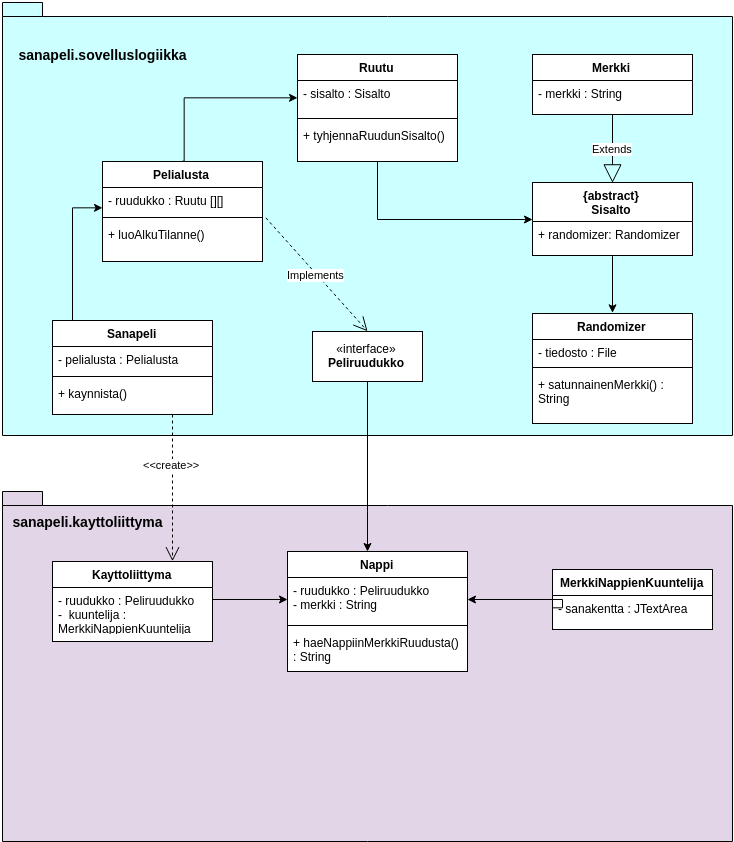
This is dokumentaatio/Luokkakaavio.png from BikkuMyy/Sanaruutu, a draw.io export, as it was before one commit. Source tidied: cells renumbered, new cells last; positions are measured from the earlier drawing's top-left corner, leaving out a move shared by most shapes.
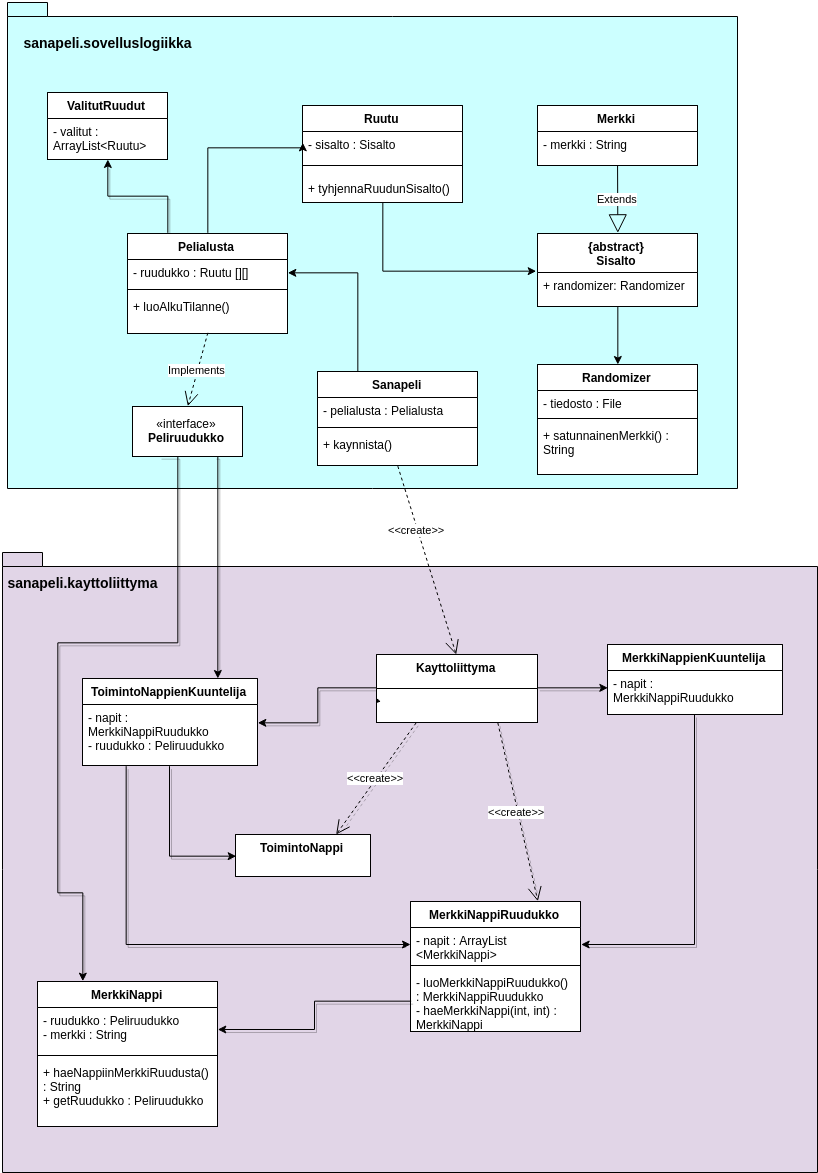
After the change.

Diff of the diagram source:
```diff
@@ -3,13 +3,16 @@
     <mxCell id="0" />
     <mxCell id="1" parent="0" />
     <mxCell id="2" style="shape=folder;fontStyle=1;spacingTop=10;tabWidth=40;tabHeight=14;tabPosition=left;html=1;fillColor=#E1D5E7;" parent="1" vertex="1">
-      <mxGeometry y="489" width="730" height="350" as="geometry" />
+      <mxGeometry x="-5" y="499" width="815" height="620" as="geometry" />
     </mxCell>
     <mxCell id="3" style="shape=folder;fontStyle=1;spacingTop=10;tabWidth=40;tabHeight=14;tabPosition=left;html=1;fillColor=#CCFFFF;" parent="1" vertex="1">
-      <mxGeometry width="730" height="433" as="geometry" />
+      <mxGeometry y="-51" width="730" height="486" as="geometry" />
     </mxCell>
+    <mxCell id="51" style="edgeStyle=orthogonalEdgeStyle;rounded=0;html=1;exitX=0.25;exitY=0;entryX=0.5;entryY=1;shadow=1;jettySize=auto;" parent="1" edge="1" source="4" target="67">
+      <mxGeometry relative="1" as="geometry" />
+    </mxCell>
     <mxCell id="4" value="Pelialusta" style="swimlane;html=1;fontStyle=1;align=center;verticalAlign=top;horizontal=1;startSize=26;swimlaneFillColor=#ffffff;" parent="1" vertex="1">
-      <mxGeometry x="100" y="159" width="160" height="100" as="geometry" />
+      <mxGeometry x="120" y="180" width="160" height="100" as="geometry" />
     </mxCell>
     <mxCell id="5" value="- ruudukko : Ruutu [][]" style="text;html=1;strokeColor=none;fillColor=none;align=left;verticalAlign=top;spacingLeft=4;spacingRight=4;whiteSpace=wrap;overflow=hidden;points=[[0,0.5],[1,0.5]];portConstraint=eastwest;" parent="4" vertex="1">
       <mxGeometry y="26" width="160" height="26" as="geometry" />
@@ -28,16 +31,16 @@
       </mxGeometry>
     </mxCell>
     <mxCell id="9" value="Ruutu" style="swimlane;html=1;fontStyle=1;align=center;verticalAlign=top;horizontal=1;startSize=26;swimlaneFillColor=#ffffff;" parent="1" vertex="1">
-      <mxGeometry x="295" y="52" width="160" height="107" as="geometry" />
+      <mxGeometry x="295" y="52" width="160" height="97" as="geometry" />
     </mxCell>
     <mxCell id="10" value="&lt;div&gt;- sisalto : Sisalto&lt;/div&gt;" style="text;html=1;strokeColor=none;fillColor=none;align=left;verticalAlign=top;spacingLeft=4;spacingRight=4;whiteSpace=wrap;overflow=hidden;points=[[0,0.5],[1,0.5]];portConstraint=eastwest;" parent="9" vertex="1">
-      <mxGeometry y="26" width="160" height="34" as="geometry" />
+      <mxGeometry y="26" width="160" height="24" as="geometry" />
     </mxCell>
     <mxCell id="11" style="line;html=1;strokeWidth=1;fillColor=none;align=left;verticalAlign=middle;spacingTop=-1;spacingLeft=3;spacingRight=3;labelPosition=right;" parent="9" vertex="1">
-      <mxGeometry y="60" width="160" height="8" as="geometry" />
+      <mxGeometry y="50" width="160" height="20" as="geometry" />
     </mxCell>
     <mxCell id="12" value="+ tyhjennaRuudunSisalto()&lt;div&gt;&lt;br&gt;&lt;/div&gt;" style="text;html=1;strokeColor=none;fillColor=none;align=left;verticalAlign=top;spacingLeft=4;spacingRight=4;whiteSpace=wrap;overflow=hidden;" parent="9" vertex="1">
-      <mxGeometry y="68" width="160" height="32" as="geometry" />
+      <mxGeometry y="70" width="160" height="20" as="geometry" />
     </mxCell>
     <mxCell id="13" style="edgeStyle=orthogonalEdgeStyle;rounded=0;html=1;exitX=0.5;exitY=1;entryX=0.5;entryY=0;jettySize=auto;" parent="1" edge="1" source="14" target="19">
       <mxGeometry relative="1" as="geometry" />
@@ -69,17 +72,15 @@
     <mxCell id="22" value="&lt;div&gt;+ satunnainenMerkki() : String&lt;/div&gt;" style="text;html=1;strokeColor=none;fillColor=none;align=left;verticalAlign=top;spacingLeft=4;spacingRight=4;whiteSpace=wrap;overflow=hidden;" parent="19" vertex="1">
       <mxGeometry y="58" width="160" height="52" as="geometry" />
     </mxCell>
-    <mxCell id="23" style="edgeStyle=orthogonalEdgeStyle;rounded=0;html=1;jettySize=auto;exitX=0.25;exitY=0;" parent="1" edge="1" source="24">
+    <mxCell id="23" style="edgeStyle=orthogonalEdgeStyle;rounded=0;html=1;jettySize=auto;exitX=0.25;exitY=0;entryX=1;entryY=0.5;" parent="1" edge="1" source="24" target="5">
       <mxGeometry relative="1" as="geometry">
-        <mxPoint x="100" y="205" as="targetPoint" />
         <Array as="points">
-          <mxPoint x="70" y="318" />
-          <mxPoint x="70" y="205" />
+          <mxPoint x="350" y="219" />
         </Array>
       </mxGeometry>
     </mxCell>
     <mxCell id="24" value="Sanapeli" style="swimlane;html=1;fontStyle=1;align=center;verticalAlign=top;horizontal=1;startSize=26;swimlaneFillColor=#ffffff;" parent="1" vertex="1">
-      <mxGeometry x="50" y="318" width="160" height="94" as="geometry" />
+      <mxGeometry x="310" y="318" width="160" height="94" as="geometry" />
     </mxCell>
     <mxCell id="25" value="- pelialusta : Pelialusta" style="text;html=1;strokeColor=none;fillColor=none;align=left;verticalAlign=top;spacingLeft=4;spacingRight=4;whiteSpace=wrap;overflow=hidden;" parent="24" vertex="1">
       <mxGeometry y="26" width="160" height="26" as="geometry" />
@@ -90,22 +91,20 @@
     <mxCell id="27" value="+ kaynnista()" style="text;html=1;strokeColor=none;fillColor=none;align=left;verticalAlign=top;spacingLeft=4;spacingRight=4;whiteSpace=wrap;overflow=hidden;" parent="24" vertex="1">
       <mxGeometry y="60" width="160" height="20" as="geometry" />
     </mxCell>
-    <mxCell id="28" style="edgeStyle=orthogonalEdgeStyle;rounded=0;html=1;jettySize=auto;entryX=0;entryY=0.5;" parent="1" edge="1" source="29" target="36">
-      <mxGeometry relative="1" as="geometry">
-        <Array as="points">
-          <mxPoint x="210" y="597" />
-          <mxPoint x="210" y="597" />
-        </Array>
-      </mxGeometry>
-    </mxCell>
+    <mxCell id="52" style="edgeStyle=orthogonalEdgeStyle;rounded=0;html=1;exitX=0;exitY=0.5;entryX=1;entryY=0.5;shadow=1;jettySize=auto;" parent="1" edge="1" source="29" target="64">
+      <mxGeometry relative="1" as="geometry" />
+    </mxCell>
+    <mxCell id="53" style="edgeStyle=orthogonalEdgeStyle;rounded=0;html=1;exitX=1;exitY=0.5;entryX=0;entryY=0.5;shadow=1;jettySize=auto;" parent="1" edge="1" source="29" target="47">
+      <mxGeometry relative="1" as="geometry" />
+    </mxCell>
-    <mxCell id="29" value="Kayttoliittyma" style="swimlane;html=1;fontStyle=1;align=center;verticalAlign=top;horizontal=1;startSize=26;swimlaneFillColor=#ffffff;fillColor=#FFFFFF;" parent="1" vertex="1">
-      <mxGeometry x="50" y="559" width="160" height="80" as="geometry" />
+    <mxCell id="29" value="Kayttoliittyma" style="swimlane;html=1;fontStyle=1;align=center;verticalAlign=top;horizontal=1;startSize=34;swimlaneFillColor=#ffffff;fillColor=#FFFFFF;" parent="1" vertex="1">
+      <mxGeometry x="369" y="601" width="161" height="68" as="geometry" />
     </mxCell>
-    <mxCell id="30" value="- ruudukko : Peliruudukko&lt;div&gt;- &amp;nbsp;kuuntelija : MerkkiNappienKuuntelija&lt;/div&gt;&lt;div&gt;&lt;br&gt;&lt;/div&gt;" style="text;html=1;strokeColor=none;fillColor=none;align=left;verticalAlign=top;spacingLeft=4;spacingRight=4;whiteSpace=wrap;overflow=hidden;points=[[0,0.5],[1,0.5]];portConstraint=eastwest;" parent="29" vertex="1">
-      <mxGeometry y="26" width="160" height="44" as="geometry" />
-    </mxCell>
-    <mxCell id="31" style="edgeStyle=orthogonalEdgeStyle;rounded=0;html=1;exitX=0;exitY=0.5;entryX=0;entryY=0.5;jettySize=auto;orthogonalLoop=1;" parent="29" edge="1" source="30" target="30">
-      <mxGeometry relative="1" as="geometry" />
+    <mxCell id="31" style="edgeStyle=orthogonalEdgeStyle;rounded=0;html=1;exitX=0;exitY=0.5;entryX=0;entryY=0.5;jettySize=auto;orthogonalLoop=1;" parent="29" edge="1">
+      <mxGeometry relative="1" as="geometry">
+        <mxPoint y="48" as="sourcePoint" />
+        <mxPoint y="48" as="targetPoint" />
+      </mxGeometry>
     </mxCell>
     <mxCell id="32" style="edgeStyle=orthogonalEdgeStyle;rounded=0;html=1;exitX=0.75;exitY=0;entryX=0.75;entryY=0;jettySize=auto;orthogonalLoop=1;" parent="1" edge="1" source="19" target="19">
       <mxGeometry relative="1" as="geometry" />
@@ -116,8 +115,8 @@
     <mxCell id="34" style="edgeStyle=orthogonalEdgeStyle;rounded=0;html=1;exitX=0.75;exitY=0;entryX=0.75;entryY=0;jettySize=auto;orthogonalLoop=1;" parent="1" edge="1" source="16" target="16">
       <mxGeometry relative="1" as="geometry" />
     </mxCell>
-    <mxCell id="35" value="Nappi" style="swimlane;html=1;fontStyle=1;align=center;verticalAlign=top;horizontal=1;startSize=26;swimlaneFillColor=#ffffff;fillColor=#FFFFFF;" parent="1" vertex="1">
-      <mxGeometry x="285" y="549" width="180" height="120" as="geometry" />
+    <mxCell id="35" value="MerkkiNappi" style="swimlane;html=1;fontStyle=1;align=center;verticalAlign=top;horizontal=1;startSize=26;swimlaneFillColor=#ffffff;fillColor=#FFFFFF;" parent="1" vertex="1">
+      <mxGeometry x="30" y="928" width="180" height="145" as="geometry" />
     </mxCell>
     <mxCell id="36" value="- ruudukko : Peliruudukko&lt;div&gt;- merkki : String&lt;/div&gt;" style="text;html=1;strokeColor=none;fillColor=none;align=left;verticalAlign=top;spacingLeft=4;spacingRight=4;whiteSpace=wrap;overflow=hidden;points=[[0,0.5],[1,0.5]];portConstraint=eastwest;" parent="35" vertex="1">
       <mxGeometry y="26" width="180" height="44" as="geometry" />
@@ -125,27 +124,37 @@
     <mxCell id="37" style="line;html=1;strokeWidth=1;fillColor=none;align=left;verticalAlign=middle;spacingTop=-1;spacingLeft=3;spacingRight=3;labelPosition=right;" parent="35" vertex="1">
       <mxGeometry y="70" width="180" height="8" as="geometry" />
     </mxCell>
-    <mxCell id="38" value="+ haeNappiinMerkkiRuudusta() : String" style="text;html=1;strokeColor=none;fillColor=none;align=left;verticalAlign=top;spacingLeft=4;spacingRight=4;whiteSpace=wrap;overflow=hidden;" parent="35" vertex="1">
-      <mxGeometry y="78" width="180" height="42" as="geometry" />
+    <mxCell id="38" value="+ haeNappiinMerkkiRuudusta() : String&lt;div&gt;+ getRuudukko : Peliruudukko&lt;/div&gt;" style="text;html=1;strokeColor=none;fillColor=none;align=left;verticalAlign=top;spacingLeft=4;spacingRight=4;whiteSpace=wrap;overflow=hidden;" parent="35" vertex="1">
+      <mxGeometry y="78" width="180" height="52" as="geometry" />
     </mxCell>
     <mxCell id="39" style="edgeStyle=orthogonalEdgeStyle;rounded=0;html=1;exitX=0.75;exitY=0;entryX=0.75;entryY=0;jettySize=auto;orthogonalLoop=1;" parent="1" edge="1" source="4" target="4">
       <mxGeometry relative="1" as="geometry" />
     </mxCell>
+    <mxCell id="54" style="edgeStyle=orthogonalEdgeStyle;rounded=0;html=1;exitX=0.75;exitY=1;shadow=1;jettySize=auto;" parent="1" edge="1" source="41" target="64">
+      <mxGeometry relative="1" as="geometry">
+        <Array as="points">
+          <mxPoint x="210" y="403" />
+        </Array>
+      </mxGeometry>
+    </mxCell>
-    <mxCell id="40" style="edgeStyle=orthogonalEdgeStyle;rounded=0;html=1;exitX=0.5;exitY=1;jettySize=auto;" parent="1" edge="1" source="41" target="35">
+    <mxCell id="40" style="edgeStyle=orthogonalEdgeStyle;rounded=0;html=1;exitX=0.25;exitY=1;entryX=0.25;entryY=0;shadow=1;jettySize=auto;" parent="1" edge="1" source="41" target="35">
       <mxGeometry relative="1" as="geometry">
         <Array as="points">
-          <mxPoint x="365" y="509" />
-          <mxPoint x="365" y="509" />
+          <mxPoint x="170" y="403" />
+          <mxPoint x="170" y="589" />
+          <mxPoint x="50" y="589" />
+          <mxPoint x="50" y="839" />
+          <mxPoint x="75" y="839" />
         </Array>
       </mxGeometry>
     </mxCell>
     <mxCell id="41" value="«interface»&lt;br&gt;&lt;b&gt;Peliruudukko&lt;/b&gt;" style="html=1;fillColor=#FFFFFF;" parent="1" vertex="1">
-      <mxGeometry x="310" y="329" width="110" height="50" as="geometry" />
+      <mxGeometry x="125" y="353" width="110" height="50" as="geometry" />
     </mxCell>
     <mxCell id="42" style="edgeStyle=orthogonalEdgeStyle;rounded=0;html=1;entryX=0;entryY=0.5;jettySize=auto;exitX=0.5;exitY=0;" parent="1" edge="1" source="4" target="10">
       <mxGeometry relative="1" as="geometry">
         <Array as="points">
-          <mxPoint x="181" y="95" />
+          <mxPoint x="200" y="95" />
         </Array>
       </mxGeometry>
     </mxCell>
@@ -154,30 +163,87 @@
         <mxPoint x="6" y="-3" as="offset" />
       </mxGeometry>
     </mxCell>
-    <mxCell id="44" value="Implements" style="endArrow=open;endSize=12;dashed=1;html=1;exitX=1.017;exitY=-0.138;entryX=0.5;entryY=0;exitPerimeter=0;" parent="1" edge="1" source="7" target="41">
+    <mxCell id="44" value="Implements" style="endArrow=open;endSize=12;dashed=1;html=1;exitX=0.5;exitY=1;entryX=0.5;entryY=0;" parent="1" edge="1" source="4" target="41">
       <mxGeometry relative="1" as="geometry" />
     </mxCell>
-    <mxCell id="45" value="&amp;lt;&amp;lt;create&amp;gt;&amp;gt;" style="endArrow=open;endSize=12;dashed=1;html=1;entryX=0.75;entryY=0;exitX=0.75;exitY=1;" parent="1" edge="1" source="24" target="29">
+    <mxCell id="45" value="&amp;lt;&amp;lt;create&amp;gt;&amp;gt;" style="endArrow=open;endSize=12;dashed=1;html=1;entryX=0.5;entryY=0;exitX=0.5;exitY=1;" parent="1" edge="1" source="24" target="29">
       <mxGeometry x="-0.32" relative="1" as="geometry" />
     </mxCell>
+    <mxCell id="55" style="edgeStyle=orthogonalEdgeStyle;rounded=0;html=1;exitX=0.5;exitY=1;entryX=1;entryY=0.5;shadow=1;jettySize=auto;" parent="1" edge="1" source="46" target="57">
+      <mxGeometry relative="1" as="geometry">
+        <Array as="points">
+          <mxPoint x="687" y="891" />
+        </Array>
+      </mxGeometry>
+    </mxCell>
     <mxCell id="46" value="MerkkiNappienKuuntelija" style="swimlane;html=1;fontStyle=1;align=center;verticalAlign=top;horizontal=1;startSize=26;swimlaneFillColor=#ffffff;fillColor=#FFFFFF;" parent="1" vertex="1">
-      <mxGeometry x="550" y="567" width="160" height="60" as="geometry" />
+      <mxGeometry x="600" y="591" width="175" height="70" as="geometry" />
     </mxCell>
-    <mxCell id="47" value="- sanakentta : JTextArea" style="text;html=1;strokeColor=none;fillColor=none;align=left;verticalAlign=top;spacingLeft=4;spacingRight=4;whiteSpace=wrap;overflow=hidden;points=[[0,0.5],[1,0.5]];portConstraint=eastwest;" parent="46" vertex="1">
-      <mxGeometry y="26" width="160" height="26" as="geometry" />
+    <mxCell id="47" value="- napit : MerkkiNappiRuudukko" style="text;html=1;strokeColor=none;fillColor=none;align=left;verticalAlign=top;spacingLeft=4;spacingRight=4;whiteSpace=wrap;overflow=hidden;points=[[0,0.5],[1,0.5]];portConstraint=eastwest;" parent="46" vertex="1">
+      <mxGeometry y="26" width="175" height="34" as="geometry" />
     </mxCell>
-    <mxCell id="48" style="edgeStyle=orthogonalEdgeStyle;rounded=0;html=1;exitX=0;exitY=0.5;entryX=1;entryY=0.5;jettySize=auto;" parent="1" edge="1" source="47" target="36">
-      <mxGeometry relative="1" as="geometry">
-        <Array as="points">
-          <mxPoint x="560" y="597" />
-        </Array>
-      </mxGeometry>
-    </mxCell>
     <mxCell id="49" value="&lt;font style=&quot;font-size: 14px&quot;&gt;&lt;b&gt;sanapeli.sovelluslogiikka&lt;/b&gt;&lt;/font&gt;" style="text;html=1;strokeColor=none;fillColor=none;align=center;verticalAlign=middle;whiteSpace=wrap;" parent="1" vertex="1">
-      <mxGeometry x="35" y="42" width="130" height="20" as="geometry" />
+      <mxGeometry x="15" y="-21" width="170" height="20" as="geometry" />
     </mxCell>
     <mxCell id="50" value="&lt;font style=&quot;font-size: 14px&quot;&gt;&lt;b&gt;sanapeli.kayttoliittyma&lt;/b&gt;&lt;/font&gt;" style="text;html=1;strokeColor=none;fillColor=none;align=center;verticalAlign=middle;whiteSpace=wrap;" parent="1" vertex="1">
-      <mxGeometry x="10" y="509" width="150" height="20" as="geometry" />
+      <mxGeometry y="519" width="150" height="20" as="geometry" />
     </mxCell>
+    <mxCell id="56" value="MerkkiNappiRuudukko" style="swimlane;html=1;fontStyle=1;align=center;verticalAlign=top;horizontal=1;startSize=26;swimlaneFillColor=#ffffff;fillColor=#FFFFFF;" parent="1" vertex="1">
+      <mxGeometry x="403" y="848" width="170" height="130" as="geometry" />
+    </mxCell>
+    <mxCell id="57" value="- napit : ArrayList &amp;lt;MerkkiNappi&amp;gt;&lt;div&gt;&lt;div&gt;&lt;br&gt;&lt;/div&gt;&lt;/div&gt;" style="text;html=1;strokeColor=none;fillColor=none;align=left;verticalAlign=top;spacingLeft=4;spacingRight=4;whiteSpace=wrap;overflow=hidden;points=[[0,0.5],[1,0.5]];portConstraint=eastwest;" parent="56" vertex="1">
+      <mxGeometry y="26" width="170" height="34" as="geometry" />
+    </mxCell>
+    <mxCell id="58" style="line;html=1;strokeWidth=1;fillColor=none;align=left;verticalAlign=middle;spacingTop=-1;spacingLeft=3;spacingRight=3;labelPosition=right;" parent="56" vertex="1">
+      <mxGeometry y="60" width="170" height="8" as="geometry" />
+    </mxCell>
+    <mxCell id="59" style="edgeStyle=orthogonalEdgeStyle;rounded=0;html=1;exitX=1;exitY=0.5;entryX=1;entryY=0.5;shadow=1;jettySize=auto;orthogonalLoop=1;" parent="56" edge="1" source="60" target="60">
+      <mxGeometry relative="1" as="geometry" />
+    </mxCell>
+    <mxCell id="60" value="- luoMerkkiNappiRuudukko() : MerkkiNappiRuudukko&lt;div&gt;- haeMerkkiNappi(int, int) : MerkkiNappi&lt;/div&gt;" style="text;html=1;strokeColor=none;fillColor=none;align=left;verticalAlign=top;spacingLeft=4;spacingRight=4;whiteSpace=wrap;overflow=hidden;points=[[0,0.5],[1,0.5]];portConstraint=eastwest;" parent="56" vertex="1">
+      <mxGeometry y="68" width="170" height="62" as="geometry" />
+    </mxCell>
+    <mxCell id="61" style="edgeStyle=orthogonalEdgeStyle;rounded=0;html=1;exitX=0.5;exitY=0;entryX=0.5;entryY=0;shadow=1;jettySize=auto;orthogonalLoop=1;" parent="1" edge="1" source="64" target="64">
+      <mxGeometry relative="1" as="geometry" />
+    </mxCell>
+    <mxCell id="62" style="edgeStyle=orthogonalEdgeStyle;rounded=0;html=1;exitX=0.25;exitY=1;shadow=1;jettySize=auto;" parent="1" edge="1" source="64" target="57">
+      <mxGeometry relative="1" as="geometry" />
+    </mxCell>
+    <mxCell id="63" style="edgeStyle=orthogonalEdgeStyle;rounded=0;html=1;exitX=0.5;exitY=1;entryX=0;entryY=0.5;shadow=1;jettySize=auto;" parent="1" edge="1" source="64" target="71">
+      <mxGeometry relative="1" as="geometry" />
+    </mxCell>
+    <mxCell id="64" value="ToimintoNappienKuuntelija" style="swimlane;html=1;fontStyle=1;align=center;verticalAlign=top;horizontal=1;startSize=26;swimlaneFillColor=#ffffff;fillColor=#FFFFFF;" parent="1" vertex="1">
+      <mxGeometry x="75" y="625" width="175" height="87" as="geometry" />
+    </mxCell>
+    <mxCell id="65" value="- napit : MerkkiNappiRuudukko&lt;div&gt;- ruudukko : Peliruudukko&lt;/div&gt;&lt;div&gt;&lt;br&gt;&lt;div&gt;&lt;br&gt;&lt;/div&gt;&lt;/div&gt;" style="text;html=1;strokeColor=none;fillColor=none;align=left;verticalAlign=top;spacingLeft=4;spacingRight=4;whiteSpace=wrap;overflow=hidden;" parent="64" vertex="1">
+      <mxGeometry y="26" width="175" height="44" as="geometry" />
+    </mxCell>
+    <mxCell id="66" style="edgeStyle=orthogonalEdgeStyle;rounded=0;html=1;exitX=0.75;exitY=1;entryX=0.75;entryY=1;shadow=1;jettySize=auto;orthogonalLoop=1;" parent="1" edge="1" source="71" target="71">
+      <mxGeometry relative="1" as="geometry" />
+    </mxCell>
+    <mxCell id="67" value="ValitutRuudut" style="swimlane;html=1;fontStyle=1;align=center;verticalAlign=top;horizontal=1;startSize=26;swimlaneFillColor=#ffffff;fillColor=#FFFFFF;" parent="1" vertex="1">
+      <mxGeometry x="40" y="39" width="120" height="67" as="geometry" />
+    </mxCell>
+    <mxCell id="68" value="- valitut : ArrayList&amp;lt;Ruutu&amp;gt;" style="text;html=1;strokeColor=none;fillColor=none;align=left;verticalAlign=top;spacingLeft=4;spacingRight=4;whiteSpace=wrap;overflow=hidden;" parent="67" vertex="1">
+      <mxGeometry y="26" width="120" height="34" as="geometry" />
+    </mxCell>
+    <mxCell id="69" value="&amp;lt;&amp;lt;create&amp;gt;&amp;gt;" style="endArrow=open;endSize=12;dashed=1;html=1;shadow=1;entryX=0.75;entryY=0;exitX=0.25;exitY=1;" parent="1" edge="1" source="29" target="71">
+      <mxGeometry relative="1" as="geometry" />
+    </mxCell>
+    <mxCell id="70" value="&amp;lt;&amp;lt;create&amp;gt;&amp;gt;" style="endArrow=open;endSize=12;dashed=1;html=1;shadow=1;exitX=0.75;exitY=1;entryX=0.75;entryY=0;" parent="1" edge="1" source="29" target="56">
+      <mxGeometry relative="1" as="geometry" />
+    </mxCell>
+    <mxCell id="71" value="ToimintoNappi" style="swimlane;html=1;fontStyle=1;align=center;verticalAlign=top;horizontal=1;startSize=42;swimlaneFillColor=#ffffff;fillColor=#FFFFFF;" parent="1" vertex="1">
+      <mxGeometry x="228" y="781" width="135" height="42" as="geometry" />
+    </mxCell>
+    <mxCell id="72" style="edgeStyle=orthogonalEdgeStyle;rounded=0;html=1;exitX=0.5;exitY=0;entryX=0.5;entryY=0;shadow=1;jettySize=auto;orthogonalLoop=1;" parent="1" edge="1" source="29" target="29">
+      <mxGeometry relative="1" as="geometry" />
+    </mxCell>
+    <mxCell id="73" style="edgeStyle=orthogonalEdgeStyle;rounded=0;html=1;exitX=0;exitY=0.5;entryX=1;entryY=0.5;shadow=1;jettySize=auto;" parent="1" edge="1" source="60" target="36">
+      <mxGeometry relative="1" as="geometry" />
+    </mxCell>
+    <mxCell id="74" style="edgeStyle=orthogonalEdgeStyle;rounded=0;html=1;exitX=0.75;exitY=0;entryX=0.75;entryY=0;shadow=1;jettySize=auto;orthogonalLoop=1;" parent="1" edge="1" source="64" target="64">
+      <mxGeometry relative="1" as="geometry" />
+    </mxCell>
   </root>
 </mxGraphModel>
```
